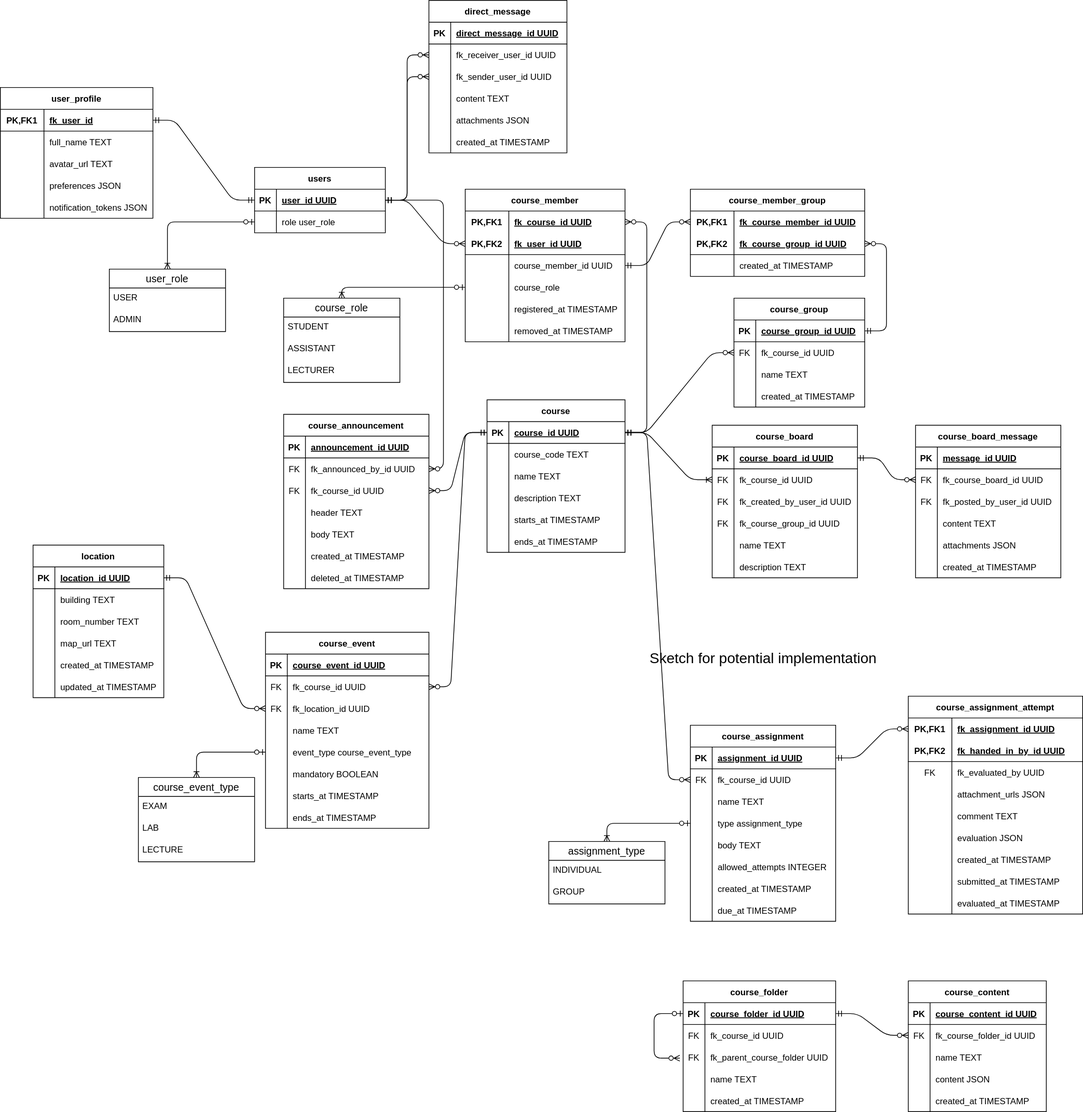
thedatasnok/idata2503-project keeps this draw.io diagram as docs/diagrams/er-diagram.drawio.svg. Above is the earlier version. Source tidied: cells renumbered, new cells last; positions are measured from the earlier drawing's top-left corner, leaving out a move shared by most shapes.
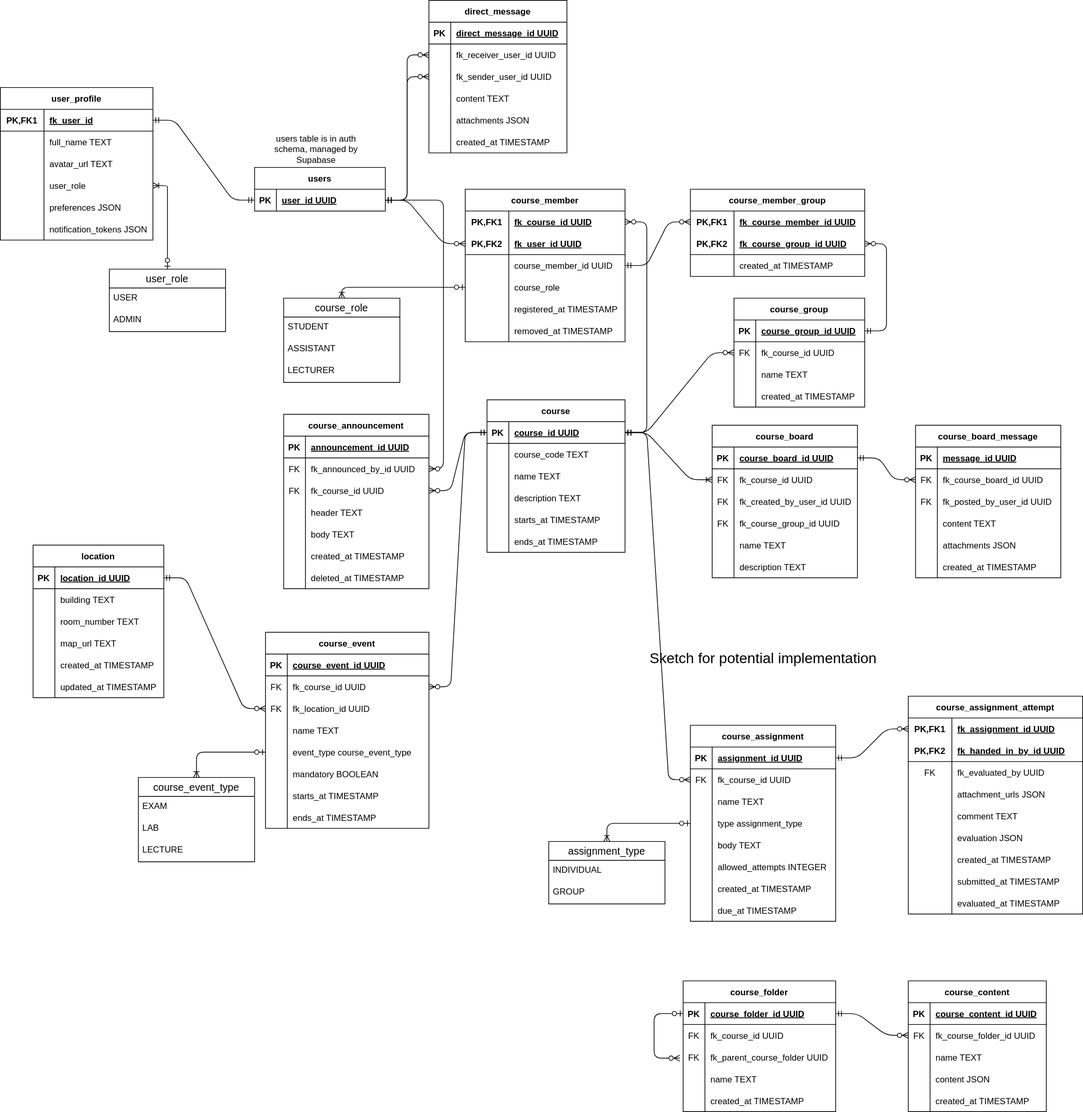
The same file after the commit.

Commit message:
docs: move role to `user_profile` table

The edit, as a diff of the source:
```diff
@@ -3,7 +3,7 @@
     <mxCell id="0" />
     <mxCell id="1" parent="0" />
     <mxCell id="2" value="users" style="shape=table;startSize=30;rowLines=0;fontStyle=1;align=center;" parent="1" vertex="1">
-      <mxGeometry x="350" y="230" width="180" height="90" as="geometry" />
+      <mxGeometry x="350" y="230" width="180" height="60" as="geometry" />
     </mxCell>
     <mxCell id="3" style="shape=tableRow;horizontal=0;startSize=0;swimlaneHead=0;swimlaneBody=0;fillColor=none;points=[[0,0.5],[1,0.5]];portConstraint=eastwest;top=0;left=0;right=0;bottom=1;" parent="2" vertex="1">
       <mxGeometry y="30" width="180" height="30" as="geometry" />
@@ -14,15 +14,6 @@
     <mxCell id="5" value="user_id UUID" style="shape=partialRectangle;fillColor=none;top=0;left=0;bottom=0;right=0;align=left;spacingLeft=6;fontStyle=5;overflow=hidden;" parent="3" vertex="1">
       <mxGeometry x="30" width="150" height="30" as="geometry" />
     </mxCell>
-    <mxCell id="6" style="shape=tableRow;horizontal=0;startSize=0;swimlaneHead=0;swimlaneBody=0;fillColor=none;points=[[0,0.5],[1,0.5]];portConstraint=eastwest;top=0;left=0;right=0;bottom=0;" parent="2" vertex="1">
-      <mxGeometry y="60" width="180" height="30" as="geometry" />
-    </mxCell>
-    <mxCell id="7" style="shape=partialRectangle;fillColor=none;top=0;left=0;bottom=0;right=0;overflow=hidden;" parent="6" vertex="1">
-      <mxGeometry width="30" height="30" as="geometry" />
-    </mxCell>
-    <mxCell id="8" value="role user_role" style="shape=partialRectangle;fillColor=none;top=0;left=0;bottom=0;right=0;align=left;spacingLeft=6;overflow=hidden;" parent="6" vertex="1">
-      <mxGeometry x="30" width="150" height="30" as="geometry" />
-    </mxCell>
     <mxCell id="9" value="user_role" style="swimlane;fontStyle=0;horizontal=1;startSize=26;align=center;fontSize=14;" parent="1" vertex="1">
       <mxGeometry x="150" y="370" width="160" height="86" as="geometry" />
     </mxCell>
@@ -32,10 +23,11 @@
     <mxCell id="11" value="ADMIN" style="text;strokeColor=none;fillColor=none;spacingLeft=4;spacingRight=4;overflow=hidden;fontSize=12;" parent="9" vertex="1">
       <mxGeometry y="56" width="160" height="30" as="geometry" />
     </mxCell>
-    <mxCell id="12" style="fontSize=12;html=1;endArrow=ERoneToMany;startArrow=ERzeroToOne;exitX=0;exitY=0.5;exitDx=0;exitDy=0;entryX=0.5;entryY=0;entryDx=0;entryDy=0;" parent="1" edge="1" source="6" target="9">
+    <mxCell id="12" style="fontSize=12;html=1;endArrow=ERoneToMany;startArrow=ERzeroToOne;entryX=1;entryY=0.5;entryDx=0;entryDy=0;exitX=0.5;exitY=0;exitDx=0;exitDy=0;" parent="1" edge="1" source="9" target="331">
       <mxGeometry relative="1" as="geometry">
         <Array as="points">
-          <mxPoint x="230" y="305" />
+          <mxPoint x="230" y="260" />
+          <mxPoint x="230" y="255" />
         </Array>
       </mxGeometry>
     </mxCell>
@@ -902,7 +894,7 @@
       <mxGeometry relative="1" as="geometry" />
     </mxCell>
     <mxCell id="293" value="user_profile" style="shape=table;startSize=30;rowLines=0;fontStyle=1;align=center;" parent="1" vertex="1">
-      <mxGeometry y="120" width="210" height="180" as="geometry" />
+      <mxGeometry y="120" width="210" height="210" as="geometry" />
     </mxCell>
     <mxCell id="294" style="shape=tableRow;horizontal=0;startSize=0;swimlaneHead=0;swimlaneBody=0;fillColor=none;points=[[0,0.5],[1,0.5]];portConstraint=eastwest;top=0;left=0;right=0;bottom=1;" parent="293" vertex="1">
       <mxGeometry y="30" width="210" height="30" as="geometry" />
@@ -931,8 +923,17 @@
     <mxCell id="302" value="avatar_url TEXT" style="shape=partialRectangle;fillColor=none;top=0;left=0;bottom=0;right=0;align=left;spacingLeft=6;overflow=hidden;" parent="300" vertex="1">
       <mxGeometry x="60" width="150" height="30" as="geometry" />
     </mxCell>
+    <mxCell id="331" style="shape=tableRow;horizontal=0;startSize=0;swimlaneHead=0;swimlaneBody=0;fillColor=none;points=[[0,0.5],[1,0.5]];portConstraint=eastwest;top=0;left=0;right=0;bottom=0;" parent="293" vertex="1">
+      <mxGeometry y="120" width="210" height="30" as="geometry" />
+    </mxCell>
+    <mxCell id="332" style="shape=partialRectangle;fillColor=none;top=0;left=0;bottom=0;right=0;overflow=hidden;" parent="331" vertex="1">
+      <mxGeometry width="60" height="30" as="geometry" />
+    </mxCell>
+    <mxCell id="333" value="user_role" style="shape=partialRectangle;fillColor=none;top=0;left=0;bottom=0;right=0;align=left;spacingLeft=6;overflow=hidden;" parent="331" vertex="1">
+      <mxGeometry x="60" width="150" height="30" as="geometry" />
+    </mxCell>
     <mxCell id="303" style="shape=tableRow;horizontal=0;startSize=0;swimlaneHead=0;swimlaneBody=0;fillColor=none;top=0;left=0;right=0;bottom=0;" parent="293" vertex="1">
-      <mxGeometry y="120" width="210" height="30" as="geometry" />
+      <mxGeometry y="150" width="210" height="30" as="geometry" />
     </mxCell>
     <mxCell id="304" style="shape=partialRectangle;fillColor=none;top=0;left=0;bottom=0;right=0;overflow=hidden;" parent="303" vertex="1">
       <mxGeometry width="60" height="30" as="geometry" />
@@ -941,7 +942,7 @@
       <mxGeometry x="60" width="150" height="30" as="geometry" />
     </mxCell>
     <mxCell id="306" style="shape=tableRow;horizontal=0;startSize=0;swimlaneHead=0;swimlaneBody=0;fillColor=none;top=0;left=0;right=0;bottom=0;" parent="293" vertex="1">
-      <mxGeometry y="150" width="210" height="30" as="geometry" />
+      <mxGeometry y="180" width="210" height="30" as="geometry" />
     </mxCell>
     <mxCell id="307" style="shape=partialRectangle;fillColor=none;top=0;left=0;bottom=0;right=0;overflow=hidden;" parent="306" vertex="1">
       <mxGeometry width="60" height="30" as="geometry" />
@@ -1015,5 +1016,8 @@
     <mxCell id="330" style="edgeStyle=entityRelationEdgeStyle;fontSize=12;html=1;endArrow=ERzeroToMany;startArrow=ERmandOne;exitX=1;exitY=0.5;exitDx=0;exitDy=0;entryX=0;entryY=0.5;entryDx=0;entryDy=0;" parent="1" edge="1" source="14" target="109">
       <mxGeometry relative="1" as="geometry" />
     </mxCell>
+    <mxCell id="334" value="users table is in auth schema, managed by Supabase" style="text;html=1;strokeColor=none;fillColor=none;align=center;verticalAlign=middle;whiteSpace=wrap;rounded=0;" parent="1" vertex="1">
+      <mxGeometry x="365" y="180" width="140" height="50" as="geometry" />
+    </mxCell>
   </root>
 </mxGraphModel>
```
